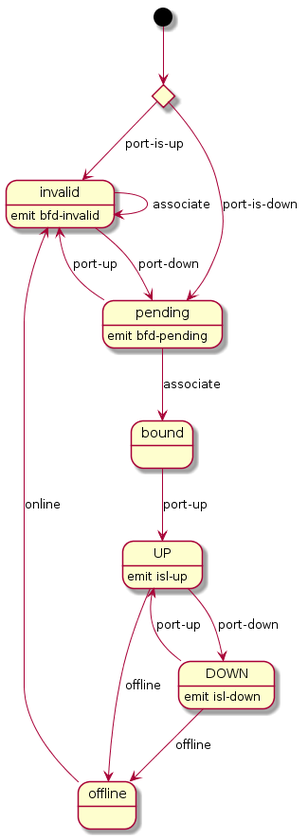
This is docs/design/network-discovery/bfd-port-FSM.png from telstra/open-kilda, a PlantUML export, as it was before one commit.
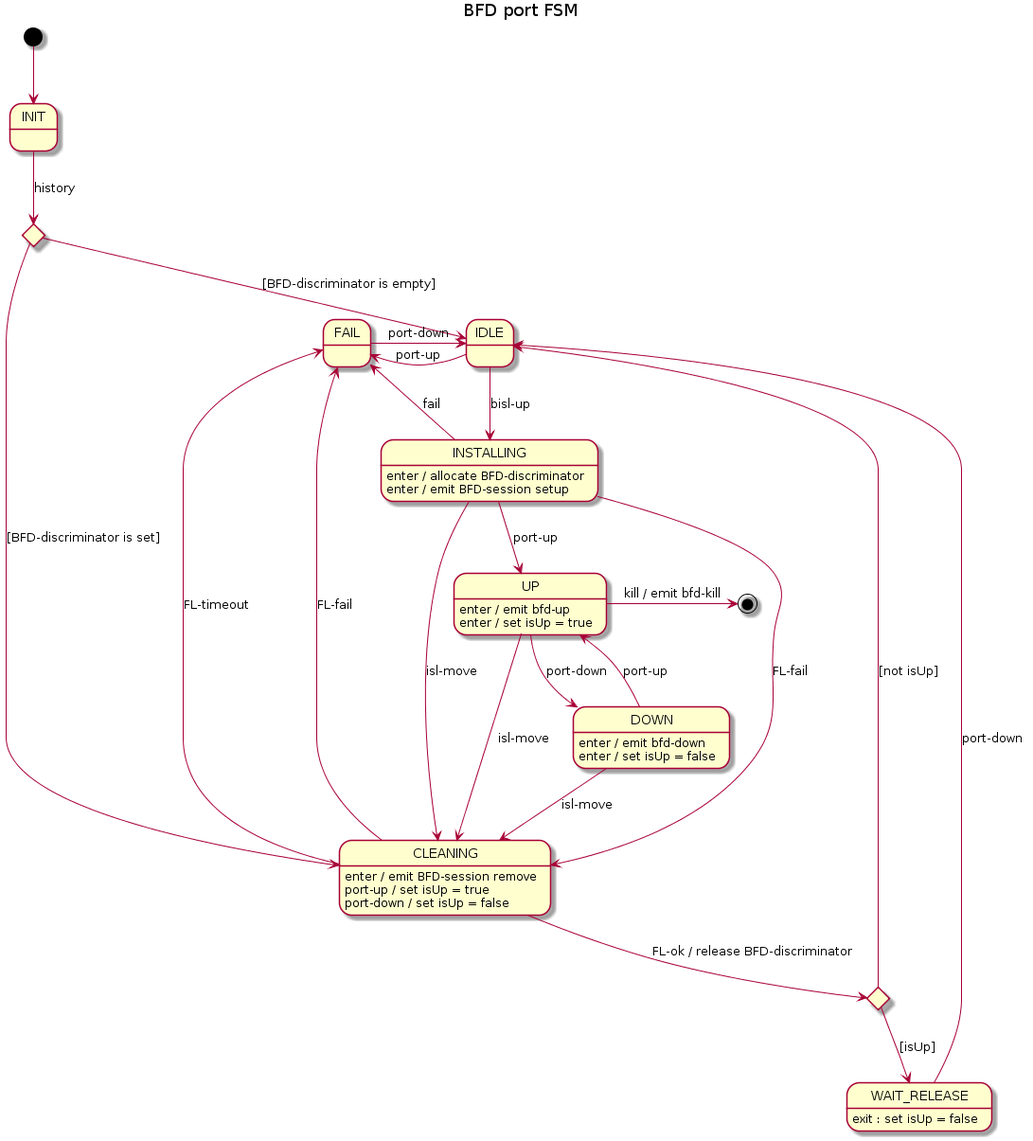
Later version of the same file.

The edit, as a diff of the source:
```diff
@@ -1,28 +1,50 @@
 @startuml
-state init <<choice>>
-[*] --> init
+title BFD port FSM
 
-init --> invalid : port-is-up
-init --> pending : port-is-down
+[*] --> INIT
 
-invalid : emit bfd-invalid
-invalid --> pending : port-down
-invalid --> invalid : associate
+state initChoice <<choice>>
+INIT --> initChoice : history
 
-pending : emit bfd-pending
-pending --> invalid : port-up
-pending --> bound : associate
+initChoice --> IDLE : [BFD-discriminator is empty]
+initChoice --> CLEANING : [BFD-discriminator is set]
 
-bound --> UP : port-up
+IDLE --> INSTALLING : bisl-up
+IDLE -l-> FAIL : port-up
 
-UP : emit isl-up
+INSTALLING --> UP : port-up
+INSTALLING --> CLEANING : FL-fail
+INSTALLING --> CLEANING : isl-move
+INSTALLING --> FAIL : fail
+INSTALLING : enter / allocate BFD-discriminator
+INSTALLING : enter / emit BFD-session setup
+
+state cleaningChoice <<choice>>
+
+CLEANING --> cleaningChoice : FL-ok / release BFD-discriminator
+CLEANING --> FAIL : FL-fail
+CLEANING --> FAIL : FL-timeout
+CLEANING : enter / emit BFD-session remove
+CLEANING : port-up / set isUp = true
+CLEANING : port-down / set isUp = false
+
+cleaningChoice --> IDLE : [not isUp]
+cleaningChoice --> WAIT_RELEASE : [isUp]
+
+WAIT_RELEASE --> IDLE : port-down
+WAIT_RELEASE : exit : set isUp = false
+
 UP --> DOWN : port-down
-UP --> offline : offline
+UP --> CLEANING : isl-move
+UP -> [*] : kill / emit bfd-kill
+UP : enter / emit bfd-up
+UP : enter / set isUp = true
 
-DOWN : emit isl-down
 DOWN --> UP : port-up
-DOWN --> offline : offline
+DOWN --> CLEANING : isl-move
+DOWN : enter / emit bfd-down
+DOWN : enter / set isUp = false
 
-offline --> invalid : online
+FAIL -r-> IDLE : port-down
 
 @enduml
```
